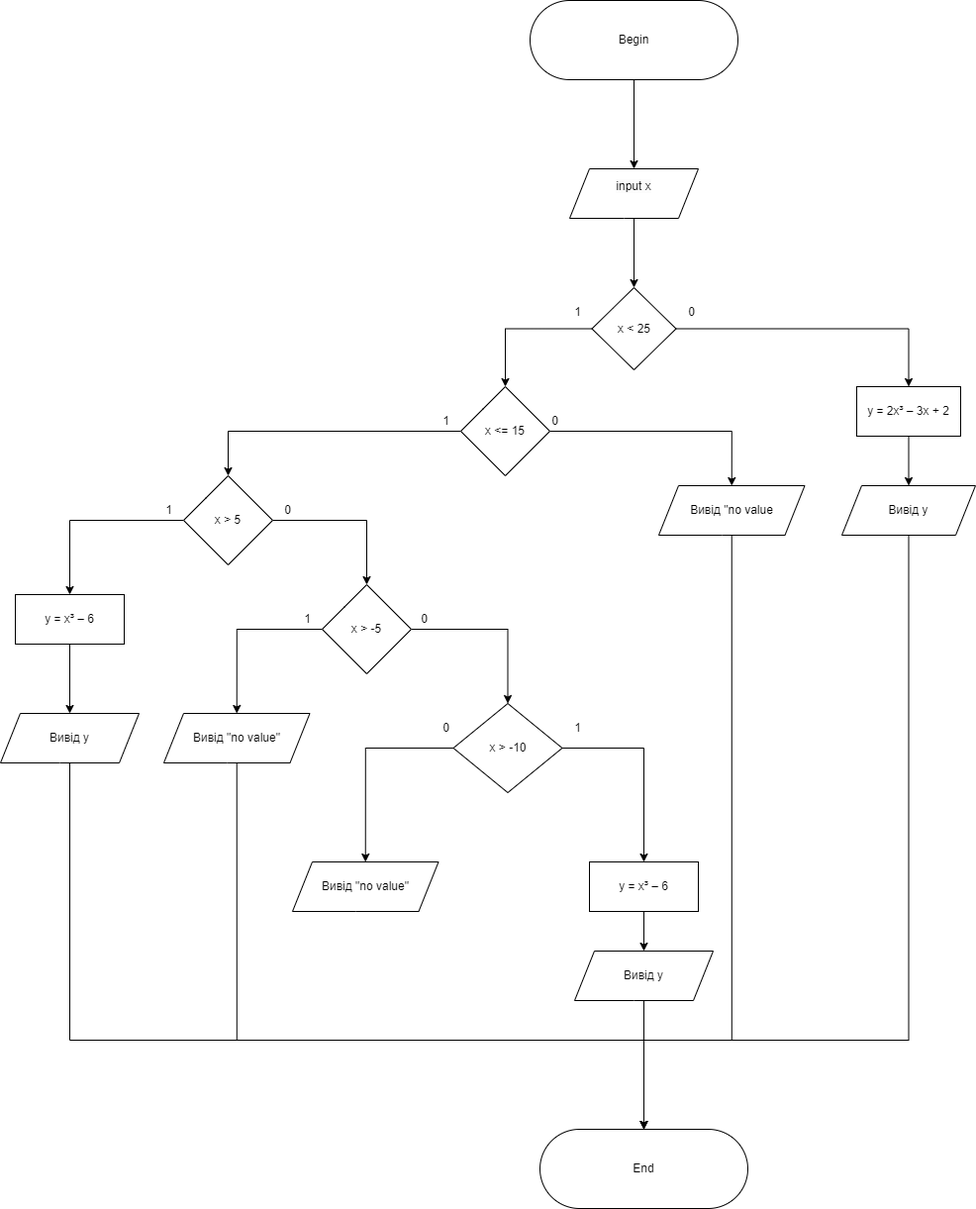
The draw.io diagram lab1.1/documents/way1.drawio.png in sifes/DSA-LABS, before a commit. Source tidied: cells renumbered, new cells last; positions are measured from the earlier drawing's top-left corner, leaving out a move shared by most shapes. Its diagram source:
```xml
<mxGraphModel>
  <root>
    <mxCell id="0" />
    <mxCell id="1" parent="0" />
    <mxCell id="2" style="edgeStyle=orthogonalEdgeStyle;rounded=0;jettySize=auto;html=1;entryX=0.5;entryY=0;entryDx=0;entryDy=0;" parent="1" edge="1" source="3" target="6">
      <mxGeometry relative="1" as="geometry" />
    </mxCell>
    <mxCell id="3" value="Begin" style="rounded=1;whiteSpace=wrap;html=1;arcSize=50;" parent="1" vertex="1">
      <mxGeometry x="535" width="210" height="80" as="geometry" />
    </mxCell>
    <mxCell id="4" value="End" style="rounded=1;whiteSpace=wrap;html=1;arcSize=50;" parent="1" vertex="1">
      <mxGeometry x="545" y="1140" width="210" height="80" as="geometry" />
    </mxCell>
    <mxCell id="5" style="edgeStyle=orthogonalEdgeStyle;rounded=0;jettySize=auto;html=1;" parent="1" edge="1" source="6" target="9">
      <mxGeometry relative="1" as="geometry" />
    </mxCell>
    <mxCell id="6" value="&#10;&lt;span style=&quot;color: rgb(0, 0, 0); font-family: Helvetica; font-size: 12px; font-style: normal; font-variant-ligatures: normal; font-variant-caps: normal; font-weight: 400; letter-spacing: normal; orphans: 2; text-align: center; text-indent: 0px; text-transform: none; widows: 2; word-spacing: 0px; -webkit-text-stroke-width: 0px; background-color: rgb(251, 251, 251); text-decoration-thickness: initial; text-decoration-style: initial; text-decoration-color: initial; float: none; display: inline !important;&quot;&gt;input x&lt;/span&gt;&#10;&#10;" style="shape=parallelogram;perimeter=parallelogramPerimeter;whiteSpace=wrap;html=1;fixedSize=1;rounded=1;arcSize=0;" parent="1" vertex="1">
      <mxGeometry x="575" y="170" width="130" height="50" as="geometry" />
    </mxCell>
    <mxCell id="7" style="edgeStyle=orthogonalEdgeStyle;rounded=0;jettySize=auto;html=1;entryX=0.5;entryY=0;entryDx=0;entryDy=0;" parent="1" edge="1" source="9" target="12">
      <mxGeometry relative="1" as="geometry" />
    </mxCell>
    <mxCell id="8" style="edgeStyle=orthogonalEdgeStyle;rounded=0;jettySize=auto;html=1;" parent="1" edge="1" source="9" target="16">
      <mxGeometry relative="1" as="geometry" />
    </mxCell>
    <mxCell id="9" value="x &amp;lt; 25" style="rhombus;whiteSpace=wrap;html=1;rounded=1;arcSize=0;" parent="1" vertex="1">
      <mxGeometry x="597.5" y="290" width="85" height="83" as="geometry" />
    </mxCell>
    <mxCell id="10" style="edgeStyle=orthogonalEdgeStyle;rounded=0;jettySize=auto;html=1;entryX=0.5;entryY=0;entryDx=0;entryDy=0;" parent="1" edge="1" source="12" target="21">
      <mxGeometry relative="1" as="geometry" />
    </mxCell>
    <mxCell id="11" style="edgeStyle=orthogonalEdgeStyle;rounded=0;jettySize=auto;html=1;exitX=0;exitY=0.5;exitDx=0;exitDy=0;entryX=0.5;entryY=0;entryDx=0;entryDy=0;" parent="1" edge="1" source="12" target="24">
      <mxGeometry relative="1" as="geometry" />
    </mxCell>
    <mxCell id="12" value="x &amp;lt;= 15" style="rhombus;whiteSpace=wrap;html=1;rounded=1;arcSize=0;" parent="1" vertex="1">
      <mxGeometry x="465" y="390" width="90" height="90" as="geometry" />
    </mxCell>
    <mxCell id="13" value="1" style="text;html=1;align=center;verticalAlign=middle;strokeColor=none;fillColor=none;" parent="1" vertex="1">
      <mxGeometry x="567.5" y="300" width="30" height="30" as="geometry" />
    </mxCell>
    <mxCell id="14" value="0" style="text;html=1;align=center;verticalAlign=middle;strokeColor=none;fillColor=none;" parent="1" vertex="1">
      <mxGeometry x="682.5" y="300" width="30" height="30" as="geometry" />
    </mxCell>
    <mxCell id="15" style="edgeStyle=orthogonalEdgeStyle;rounded=0;jettySize=auto;html=1;" parent="1" edge="1" source="16" target="18">
      <mxGeometry relative="1" as="geometry" />
    </mxCell>
    <mxCell id="16" value="y = 2x&lt;span id=&quot;docs-internal-guid-7211af02-7fff-24e9-0752-e9a42735ab20&quot;&gt;&lt;/span&gt;³&amp;nbsp;– 3x + 2 " style="whiteSpace=wrap;html=1;rounded=1;arcSize=0;" parent="1" vertex="1">
      <mxGeometry x="865" y="390" width="105" height="50" as="geometry" />
    </mxCell>
    <mxCell id="17" style="edgeStyle=orthogonalEdgeStyle;rounded=0;jettySize=auto;html=1;exitX=0.5;exitY=1;exitDx=0;exitDy=0;entryX=0.5;entryY=0;entryDx=0;entryDy=0;" parent="1" edge="1" source="18" target="4">
      <mxGeometry relative="1" as="geometry">
        <Array as="points">
          <mxPoint x="917" y="1050" />
          <mxPoint x="650" y="1050" />
        </Array>
      </mxGeometry>
    </mxCell>
    <mxCell id="18" value="Вивід y" style="shape=parallelogram;perimeter=parallelogramPerimeter;whiteSpace=wrap;html=1;fixedSize=1;rounded=1;arcSize=0;" parent="1" vertex="1">
      <mxGeometry x="850" y="490" width="135" height="50" as="geometry" />
    </mxCell>
    <mxCell id="19" value="0" style="text;html=1;align=center;verticalAlign=middle;strokeColor=none;fillColor=none;" parent="1" vertex="1">
      <mxGeometry x="545" y="410" width="30" height="30" as="geometry" />
    </mxCell>
    <mxCell id="20" style="edgeStyle=orthogonalEdgeStyle;rounded=0;jettySize=auto;html=1;exitX=0.5;exitY=1;exitDx=0;exitDy=0;entryX=0.5;entryY=0;entryDx=0;entryDy=0;" parent="1" edge="1" source="21" target="4">
      <mxGeometry relative="1" as="geometry">
        <Array as="points">
          <mxPoint x="739" y="1050" />
          <mxPoint x="650" y="1050" />
        </Array>
      </mxGeometry>
    </mxCell>
    <mxCell id="21" value="Вивід &quot;no value" style="shape=parallelogram;perimeter=parallelogramPerimeter;whiteSpace=wrap;html=1;fixedSize=1;rounded=1;arcSize=0;" parent="1" vertex="1">
      <mxGeometry x="665" y="490" width="147.5" height="50" as="geometry" />
    </mxCell>
    <mxCell id="22" style="edgeStyle=orthogonalEdgeStyle;rounded=0;jettySize=auto;html=1;entryX=0.5;entryY=0;entryDx=0;entryDy=0;" parent="1" edge="1" source="24" target="35">
      <mxGeometry relative="1" as="geometry" />
    </mxCell>
    <mxCell id="23" style="edgeStyle=orthogonalEdgeStyle;rounded=0;jettySize=auto;html=1;entryX=0.5;entryY=0;entryDx=0;entryDy=0;" parent="1" edge="1" source="24" target="27">
      <mxGeometry relative="1" as="geometry" />
    </mxCell>
    <mxCell id="24" value="x &amp;gt; 5" style="rhombus;whiteSpace=wrap;html=1;rounded=1;arcSize=0;" parent="1" vertex="1">
      <mxGeometry x="185" y="480" width="90" height="90" as="geometry" />
    </mxCell>
    <mxCell id="25" style="edgeStyle=orthogonalEdgeStyle;rounded=0;jettySize=auto;html=1;entryX=0.5;entryY=0;entryDx=0;entryDy=0;" parent="1" edge="1" source="27" target="30">
      <mxGeometry relative="1" as="geometry" />
    </mxCell>
    <mxCell id="26" style="edgeStyle=orthogonalEdgeStyle;rounded=0;jettySize=auto;html=1;exitX=0;exitY=0.5;exitDx=0;exitDy=0;entryX=0.5;entryY=0;entryDx=0;entryDy=0;" parent="1" edge="1" source="27" target="41">
      <mxGeometry relative="1" as="geometry" />
    </mxCell>
    <mxCell id="27" value="x &amp;gt; -5" style="rhombus;whiteSpace=wrap;html=1;rounded=1;arcSize=0;" parent="1" vertex="1">
      <mxGeometry x="325" y="590" width="90" height="90" as="geometry" />
    </mxCell>
    <mxCell id="28" style="edgeStyle=orthogonalEdgeStyle;rounded=0;jettySize=auto;html=1;entryX=0.5;entryY=0;entryDx=0;entryDy=0;" parent="1" edge="1" source="30" target="46">
      <mxGeometry relative="1" as="geometry" />
    </mxCell>
    <mxCell id="29" style="edgeStyle=orthogonalEdgeStyle;rounded=0;jettySize=auto;html=1;exitX=0;exitY=0.5;exitDx=0;exitDy=0;entryX=0.5;entryY=0;entryDx=0;entryDy=0;" parent="1" edge="1" source="30" target="42">
      <mxGeometry relative="1" as="geometry" />
    </mxCell>
    <mxCell id="30" value="x &amp;gt; -10" style="rhombus;whiteSpace=wrap;html=1;rounded=1;arcSize=0;" parent="1" vertex="1">
      <mxGeometry x="457.5" y="710" width="110" height="90" as="geometry" />
    </mxCell>
    <mxCell id="31" value="0" style="text;html=1;align=center;verticalAlign=middle;strokeColor=none;fillColor=none;" parent="1" vertex="1">
      <mxGeometry x="275" y="500" width="30" height="30" as="geometry" />
    </mxCell>
    <mxCell id="32" value="1" style="text;html=1;align=center;verticalAlign=middle;strokeColor=none;fillColor=none;" parent="1" vertex="1">
      <mxGeometry x="435" y="410" width="30" height="30" as="geometry" />
    </mxCell>
    <mxCell id="33" value="1" style="text;html=1;align=center;verticalAlign=middle;strokeColor=none;fillColor=none;" parent="1" vertex="1">
      <mxGeometry x="155" y="500" width="30" height="30" as="geometry" />
    </mxCell>
    <mxCell id="34" style="edgeStyle=orthogonalEdgeStyle;rounded=0;jettySize=auto;html=1;" parent="1" edge="1" source="35" target="37">
      <mxGeometry relative="1" as="geometry" />
    </mxCell>
    <mxCell id="35" value="y = x&lt;span id=&quot;docs-internal-guid-7211af02-7fff-24e9-0752-e9a42735ab20&quot;&gt;&lt;/span&gt;³&amp;nbsp;– 6" style="whiteSpace=wrap;html=1;rounded=1;arcSize=0;" parent="1" vertex="1">
      <mxGeometry x="15" y="600" width="110" height="50" as="geometry" />
    </mxCell>
    <mxCell id="36" style="edgeStyle=orthogonalEdgeStyle;rounded=0;jettySize=auto;html=1;exitX=0.5;exitY=1;exitDx=0;exitDy=0;entryX=0.5;entryY=0;entryDx=0;entryDy=0;" parent="1" edge="1" source="37" target="4">
      <mxGeometry relative="1" as="geometry">
        <Array as="points">
          <mxPoint x="70" y="1050" />
          <mxPoint x="650" y="1050" />
        </Array>
      </mxGeometry>
    </mxCell>
    <mxCell id="37" value="Вивід y" style="shape=parallelogram;perimeter=parallelogramPerimeter;whiteSpace=wrap;html=1;fixedSize=1;rounded=1;arcSize=0;" parent="1" vertex="1">
      <mxGeometry y="720" width="140" height="50" as="geometry" />
    </mxCell>
    <mxCell id="38" value="0" style="text;html=1;align=center;verticalAlign=middle;strokeColor=none;fillColor=none;" parent="1" vertex="1">
      <mxGeometry x="412.5" y="610" width="30" height="30" as="geometry" />
    </mxCell>
    <mxCell id="39" value="1" style="text;html=1;align=center;verticalAlign=middle;strokeColor=none;fillColor=none;" parent="1" vertex="1">
      <mxGeometry x="295" y="610" width="30" height="30" as="geometry" />
    </mxCell>
    <mxCell id="40" style="edgeStyle=orthogonalEdgeStyle;rounded=0;jettySize=auto;html=1;exitX=0.5;exitY=1;exitDx=0;exitDy=0;entryX=0.5;entryY=0;entryDx=0;entryDy=0;" parent="1" edge="1" source="41" target="4">
      <mxGeometry relative="1" as="geometry">
        <Array as="points">
          <mxPoint x="239" y="1050" />
          <mxPoint x="650" y="1050" />
        </Array>
      </mxGeometry>
    </mxCell>
    <mxCell id="41" value="Вивід &quot;no value&quot;" style="shape=parallelogram;perimeter=parallelogramPerimeter;whiteSpace=wrap;html=1;fixedSize=1;rounded=1;arcSize=0;" parent="1" vertex="1">
      <mxGeometry x="165" y="720" width="147.5" height="50" as="geometry" />
    </mxCell>
    <mxCell id="42" value="Вивід &quot;no value&quot;" style="shape=parallelogram;perimeter=parallelogramPerimeter;whiteSpace=wrap;html=1;fixedSize=1;rounded=1;arcSize=0;" parent="1" vertex="1">
      <mxGeometry x="295" y="870" width="147.5" height="50" as="geometry" />
    </mxCell>
    <mxCell id="43" value="0" style="text;html=1;align=center;verticalAlign=middle;strokeColor=none;fillColor=none;" parent="1" vertex="1">
      <mxGeometry x="435" y="720" width="30" height="30" as="geometry" />
    </mxCell>
    <mxCell id="44" value="1" style="text;html=1;align=center;verticalAlign=middle;strokeColor=none;fillColor=none;" parent="1" vertex="1">
      <mxGeometry x="567.5" y="720" width="30" height="30" as="geometry" />
    </mxCell>
    <mxCell id="45" style="edgeStyle=orthogonalEdgeStyle;rounded=0;jettySize=auto;html=1;exitX=0.5;exitY=1;exitDx=0;exitDy=0;entryX=0.5;entryY=0;entryDx=0;entryDy=0;" parent="1" edge="1" source="46" target="48">
      <mxGeometry relative="1" as="geometry" />
    </mxCell>
    <mxCell id="46" value="y = x&lt;span id=&quot;docs-internal-guid-7211af02-7fff-24e9-0752-e9a42735ab20&quot;&gt;&lt;/span&gt;³&amp;nbsp;– 6" style="whiteSpace=wrap;html=1;rounded=1;arcSize=0;" parent="1" vertex="1">
      <mxGeometry x="595" y="870" width="110" height="50" as="geometry" />
    </mxCell>
    <mxCell id="47" style="edgeStyle=orthogonalEdgeStyle;rounded=0;jettySize=auto;html=1;exitX=0.5;exitY=1;exitDx=0;exitDy=0;" parent="1" edge="1" source="48" target="4">
      <mxGeometry relative="1" as="geometry" />
    </mxCell>
    <mxCell id="48" value="Вивід y" style="shape=parallelogram;perimeter=parallelogramPerimeter;whiteSpace=wrap;html=1;fixedSize=1;rounded=1;arcSize=0;" parent="1" vertex="1">
      <mxGeometry x="580" y="960" width="140" height="50" as="geometry" />
    </mxCell>
  </root>
</mxGraphModel>
```
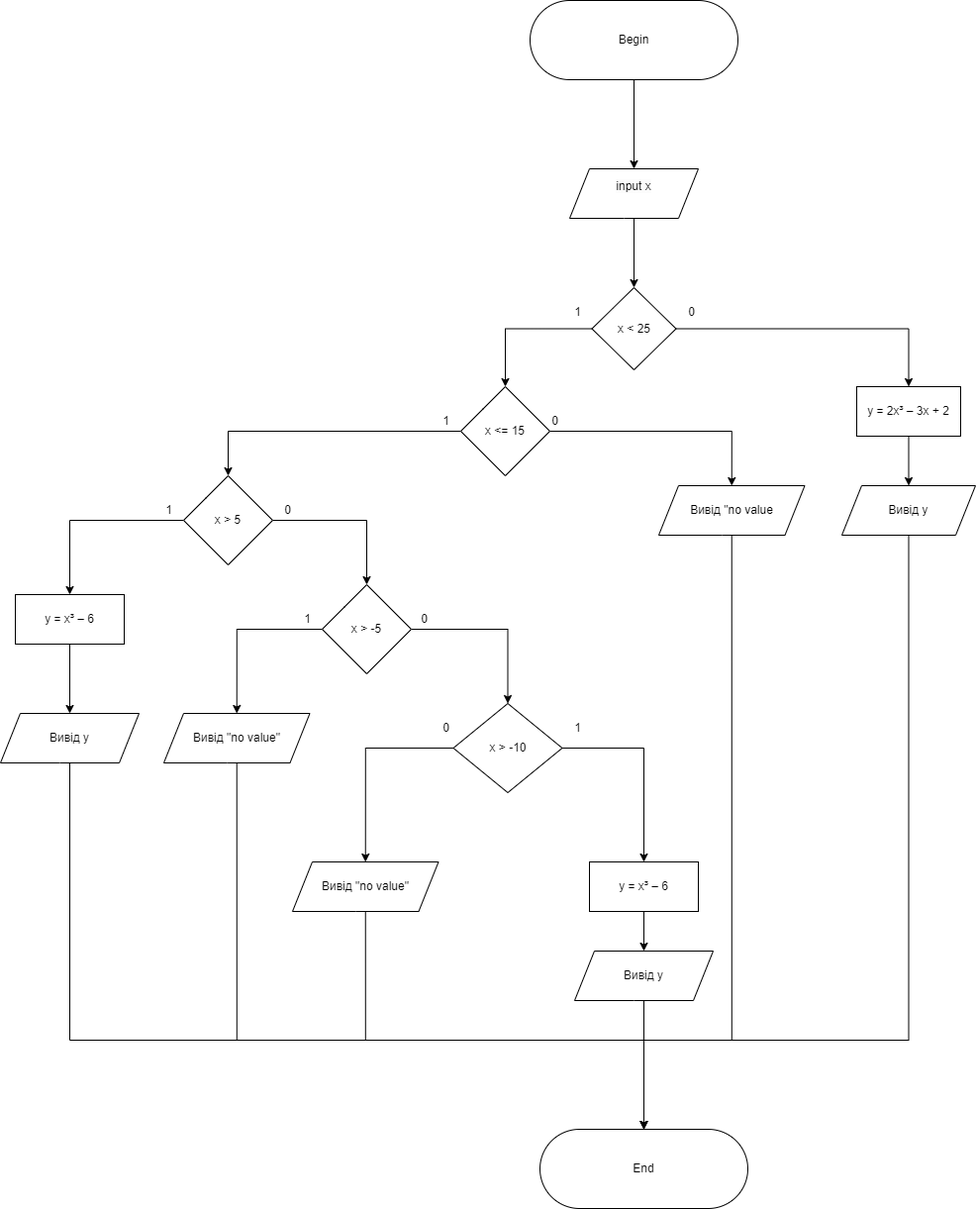
The same file after the commit.

Diff of the diagram source:
```diff
@@ -142,6 +142,14 @@
     <mxCell id="41" value="Вивід &quot;no value&quot;" style="shape=parallelogram;perimeter=parallelogramPerimeter;whiteSpace=wrap;html=1;fixedSize=1;rounded=1;arcSize=0;" parent="1" vertex="1">
       <mxGeometry x="165" y="720" width="147.5" height="50" as="geometry" />
     </mxCell>
+    <mxCell id="49" style="edgeStyle=orthogonalEdgeStyle;rounded=0;jettySize=auto;html=1;exitX=0.5;exitY=1;exitDx=0;exitDy=0;entryX=0.5;entryY=0;entryDx=0;entryDy=0;" parent="1" edge="1" source="42" target="4">
+      <mxGeometry relative="1" as="geometry">
+        <Array as="points">
+          <mxPoint x="369" y="1050" />
+          <mxPoint x="650" y="1050" />
+        </Array>
+      </mxGeometry>
+    </mxCell>
     <mxCell id="42" value="Вивід &quot;no value&quot;" style="shape=parallelogram;perimeter=parallelogramPerimeter;whiteSpace=wrap;html=1;fixedSize=1;rounded=1;arcSize=0;" parent="1" vertex="1">
       <mxGeometry x="295" y="870" width="147.5" height="50" as="geometry" />
     </mxCell>
```
